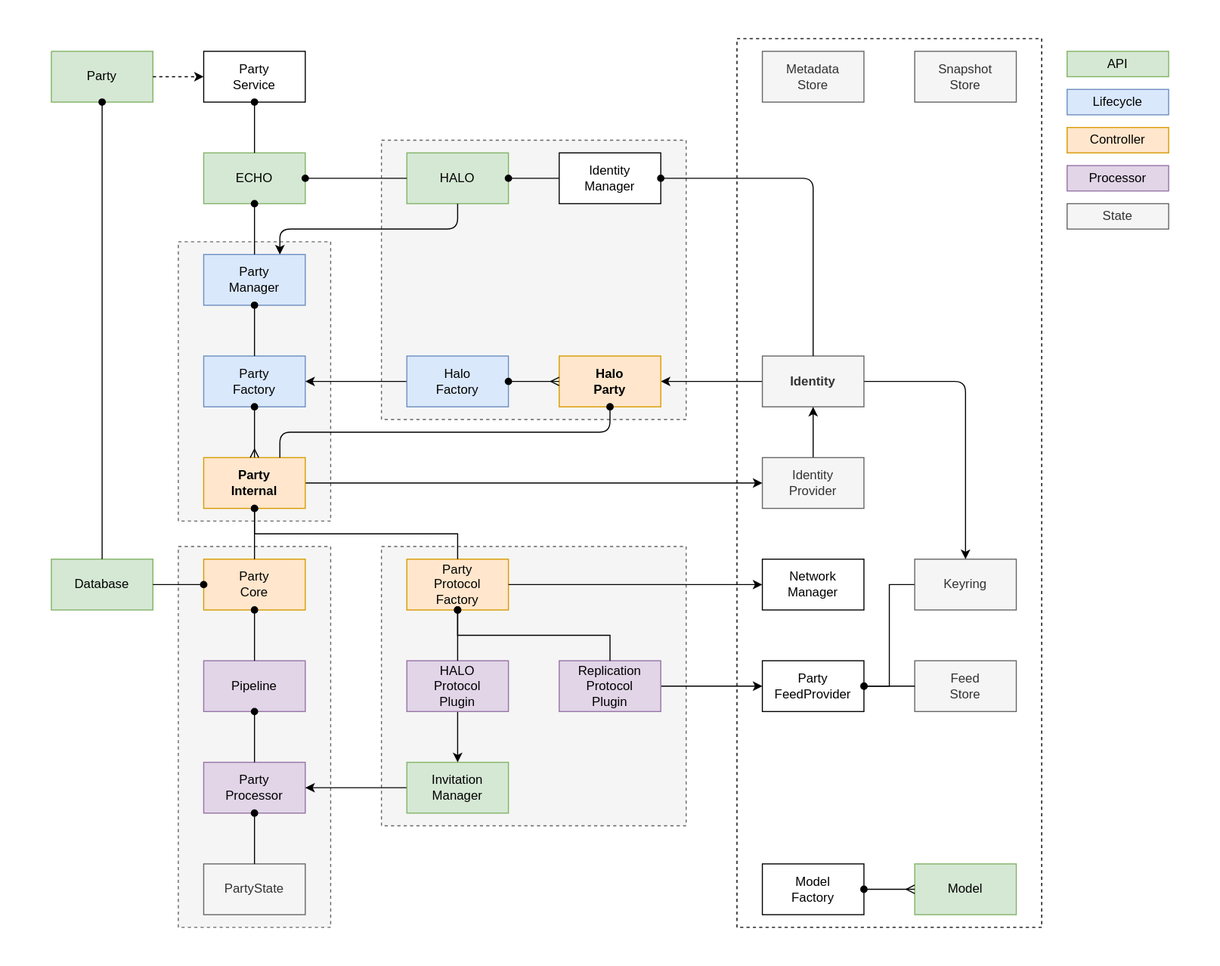
Earlier version of the draw.io export docs/design/diagrams/echo-db.drawio.svg (dxos/dxos). Source tidied: cells renumbered, new cells last; positions are measured from the earlier drawing's top-left corner, leaving out a move shared by most shapes.
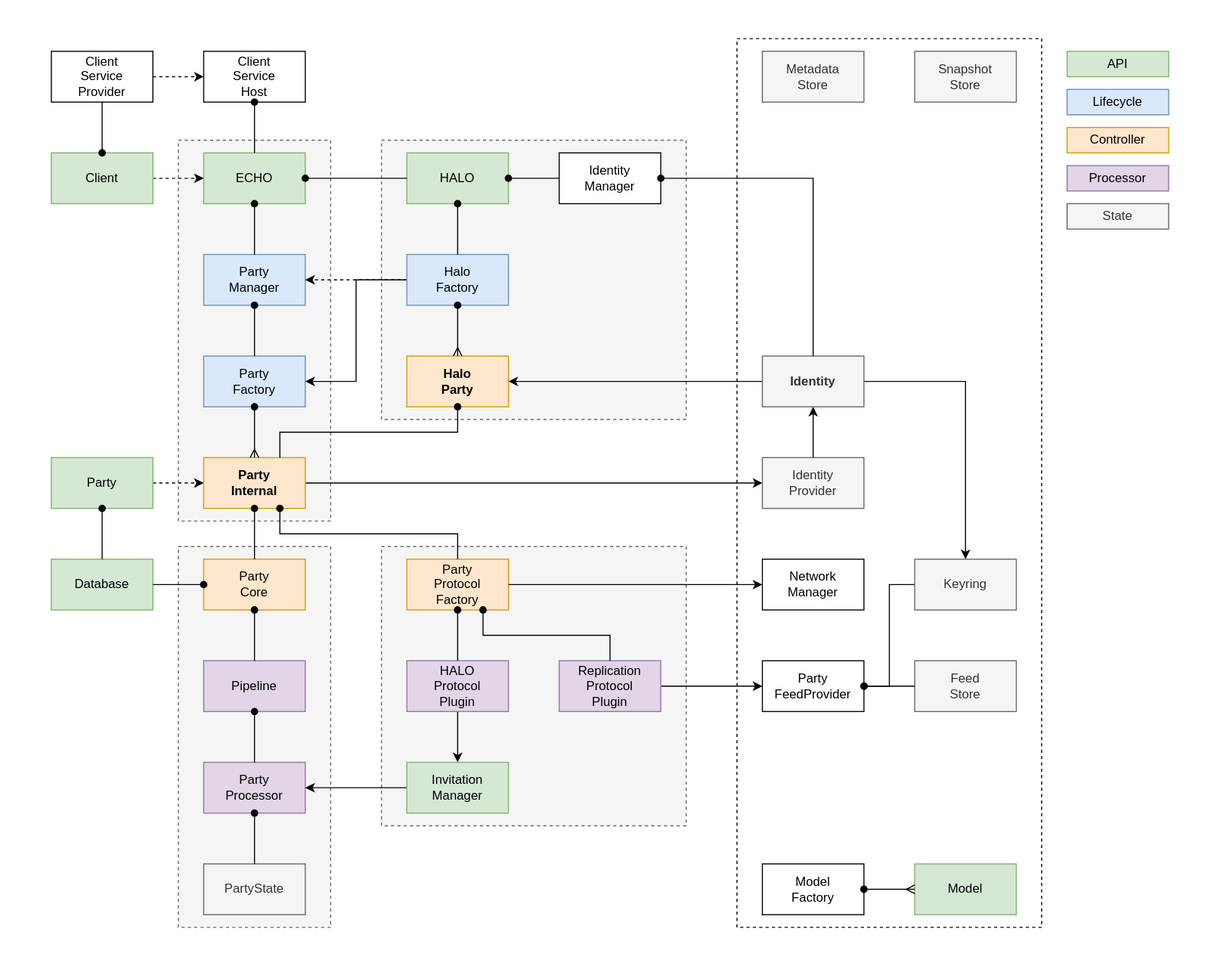
Above is the later version.

Change to the diagram source:
```diff
@@ -2,17 +2,17 @@
   <root>
     <mxCell id="0" />
     <mxCell id="1" parent="0" />
+    <mxCell id="3" style="rounded=0;whiteSpace=wrap;html=1;dashed=1;fillColor=none;" parent="1" vertex="1">
+      <mxGeometry x="696" y="36" width="288" height="840" as="geometry" />
+    </mxCell>
     <mxCell id="2" style="rounded=0;whiteSpace=wrap;html=1;dashed=1;fillColor=#f5f5f5;fontColor=#333333;strokeColor=#666666;" parent="1" vertex="1">
       <mxGeometry x="360" y="516" width="288" height="264" as="geometry" />
     </mxCell>
-    <mxCell id="3" style="rounded=0;whiteSpace=wrap;html=1;dashed=1;fillColor=none;" parent="1" vertex="1">
-      <mxGeometry x="696" y="36" width="288" height="840" as="geometry" />
-    </mxCell>
-    <mxCell id="4" style="rounded=0;whiteSpace=wrap;html=1;dashed=1;fillColor=#f5f5f5;fontColor=#333333;strokeColor=#666666;" parent="1" vertex="1">
+    <mxCell id="4" style="rounded=0;whiteSpace=wrap;html=1;dashed=1;fillColor=#f5f5f5;fontColor=#333333;strokeColor=#666666;perimeterSpacing=0;" parent="1" vertex="1">
       <mxGeometry x="360" y="132" width="288" height="264" as="geometry" />
     </mxCell>
     <mxCell id="5" style="rounded=0;whiteSpace=wrap;html=1;dashed=1;fillColor=#f5f5f5;fontColor=#333333;strokeColor=#666666;" parent="1" vertex="1">
-      <mxGeometry x="168" y="228" width="144" height="264" as="geometry" />
+      <mxGeometry x="168" y="132" width="144" height="360" as="geometry" />
     </mxCell>
     <mxCell id="6" style="rounded=0;whiteSpace=wrap;html=1;dashed=1;fillColor=#f5f5f5;fontColor=#333333;strokeColor=#666666;" parent="1" vertex="1">
       <mxGeometry x="168" y="516" width="144" height="360" as="geometry" />
@@ -38,8 +38,11 @@
     <mxCell id="13" value="Pipeline" style="rounded=0;whiteSpace=wrap;html=1;fillColor=#e1d5e7;strokeColor=#9673a6;" parent="1" vertex="1">
       <mxGeometry x="192" y="624" width="96" height="48" as="geometry" />
     </mxCell>
+    <mxCell id="75" style="edgeStyle=none;html=1;exitX=1;exitY=0.5;exitDx=0;exitDy=0;entryX=0;entryY=0.5;entryDx=0;entryDy=0;dashed=1;startArrow=none;startFill=0;endArrow=classic;endFill=1;" parent="1" edge="1" source="14" target="17">
+      <mxGeometry relative="1" as="geometry" />
+    </mxCell>
     <mxCell id="14" value="Party" style="rounded=0;whiteSpace=wrap;html=1;fillColor=#d5e8d4;strokeColor=#82b366;" parent="1" vertex="1">
-      <mxGeometry x="48" y="48" width="96" height="48" as="geometry" />
+      <mxGeometry x="48" y="432" width="96" height="48" as="geometry" />
     </mxCell>
     <mxCell id="15" value="Party&lt;br&gt;Factory&lt;br&gt;" style="rounded=0;whiteSpace=wrap;html=1;fillColor=#dae8fc;strokeColor=#6c8ebf;" parent="1" vertex="1">
       <mxGeometry x="192" y="336" width="96" height="48" as="geometry" />
@@ -157,29 +160,25 @@
     <mxCell id="51" style="edgeStyle=orthogonalEdgeStyle;rounded=0;jettySize=auto;html=1;exitX=0.5;exitY=1;exitDx=0;exitDy=0;startArrow=oval;startFill=1;endArrow=none;endFill=0;" parent="1" edge="1" source="22" target="49">
       <mxGeometry relative="1" as="geometry" />
     </mxCell>
-    <mxCell id="52" value="Party&lt;br&gt;Service" style="rounded=0;whiteSpace=wrap;html=1;" parent="1" vertex="1">
+    <mxCell id="52" value="Client&lt;br&gt;Service&lt;br&gt;Host" style="rounded=0;whiteSpace=wrap;html=1;" parent="1" vertex="1">
       <mxGeometry x="192" y="48" width="96" height="48" as="geometry" />
     </mxCell>
     <mxCell id="53" style="edgeStyle=orthogonalEdgeStyle;rounded=0;jettySize=auto;html=1;exitX=0.5;exitY=1;exitDx=0;exitDy=0;startArrow=oval;startFill=1;endArrow=none;endFill=0;" parent="1" edge="1" source="52" target="41">
       <mxGeometry relative="1" as="geometry" />
     </mxCell>
-    <mxCell id="54" style="edgeStyle=orthogonalEdgeStyle;rounded=0;jettySize=auto;html=1;exitX=1;exitY=0.5;exitDx=0;exitDy=0;entryX=0;entryY=0.5;entryDx=0;entryDy=0;startArrow=none;startFill=0;endArrow=classic;endFill=1;dashed=1;" parent="1" edge="1" source="14" target="52">
-      <mxGeometry relative="1" as="geometry" />
-    </mxCell>
     <mxCell id="55" value="HALO" style="rounded=0;whiteSpace=wrap;html=1;fillColor=#d5e8d4;strokeColor=#82b366;" parent="1" vertex="1">
       <mxGeometry x="384" y="144" width="96" height="48" as="geometry" />
     </mxCell>
     <mxCell id="56" style="edgeStyle=orthogonalEdgeStyle;rounded=0;jettySize=auto;html=1;exitX=1;exitY=0.5;exitDx=0;exitDy=0;startArrow=oval;startFill=1;endArrow=none;endFill=0;" parent="1" edge="1" source="41" target="55">
       <mxGeometry relative="1" as="geometry" />
     </mxCell>
-    <mxCell id="57" style="edgeStyle=orthogonalEdgeStyle;rounded=0;jettySize=auto;html=1;exitX=0.5;exitY=1;exitDx=0;exitDy=0;entryX=0.5;entryY=0;entryDx=0;entryDy=0;startArrow=oval;startFill=1;endArrow=none;endFill=0;" parent="1" edge="1" source="17" target="22">
+    <mxCell id="57" style="edgeStyle=orthogonalEdgeStyle;rounded=0;jettySize=auto;html=1;exitX=0.75;exitY=1;exitDx=0;exitDy=0;entryX=0.5;entryY=0;entryDx=0;entryDy=0;startArrow=oval;startFill=1;endArrow=none;endFill=0;" parent="1" edge="1" source="17" target="22">
       <mxGeometry relative="1" as="geometry" />
     </mxCell>
-    <mxCell id="58" style="edgeStyle=orthogonalEdgeStyle;rounded=0;jettySize=auto;html=1;startArrow=oval;startFill=1;endArrow=none;endFill=0;" parent="1" edge="1" target="50">
+    <mxCell id="58" style="edgeStyle=orthogonalEdgeStyle;rounded=0;jettySize=auto;html=1;startArrow=oval;startFill=1;endArrow=none;endFill=0;exitX=0.75;exitY=1;exitDx=0;exitDy=0;" parent="1" edge="1" source="22" target="50">
       <mxGeometry relative="1" as="geometry">
-        <mxPoint x="432" y="576" as="sourcePoint" />
         <Array as="points">
-          <mxPoint x="432" y="600" />
+          <mxPoint x="456" y="600" />
           <mxPoint x="576" y="600" />
         </Array>
       </mxGeometry>
@@ -196,7 +195,7 @@
     <mxCell id="62" style="edgeStyle=none;html=1;exitX=0;exitY=0.5;exitDx=0;exitDy=0;entryX=1;entryY=0.5;entryDx=0;entryDy=0;startArrow=none;startFill=0;endArrow=classic;endFill=1;" parent="1" edge="1" source="64" target="66">
       <mxGeometry relative="1" as="geometry" />
     </mxCell>
-    <mxCell id="63" style="edgeStyle=none;html=1;exitX=1;exitY=0.5;exitDx=0;exitDy=0;entryX=0.5;entryY=0;entryDx=0;entryDy=0;startArrow=none;startFill=0;endArrow=classic;endFill=1;" parent="1" edge="1" source="64" target="25">
+    <mxCell id="63" style="edgeStyle=none;html=1;exitX=1;exitY=0.5;exitDx=0;exitDy=0;entryX=0.5;entryY=0;entryDx=0;entryDy=0;startArrow=none;startFill=0;endArrow=classic;endFill=1;rounded=0;" parent="1" edge="1" source="64" target="25">
       <mxGeometry relative="1" as="geometry">
         <Array as="points">
           <mxPoint x="912" y="360" />
@@ -206,7 +205,7 @@
     <mxCell id="64" value="Identity" style="rounded=0;whiteSpace=wrap;html=1;fillColor=#f5f5f5;fontColor=#333333;strokeColor=#666666;fontStyle=1;" parent="1" vertex="1">
       <mxGeometry x="720" y="336" width="96" height="48" as="geometry" />
     </mxCell>
-    <mxCell id="65" style="edgeStyle=none;html=1;exitX=1;exitY=0.5;exitDx=0;exitDy=0;startArrow=oval;startFill=1;endArrow=none;endFill=0;" parent="1" edge="1" source="61" target="64">
+    <mxCell id="65" style="edgeStyle=none;html=1;exitX=1;exitY=0.5;exitDx=0;exitDy=0;startArrow=oval;startFill=1;endArrow=none;endFill=0;rounded=0;" parent="1" edge="1" source="61" target="64">
       <mxGeometry relative="1" as="geometry">
         <Array as="points">
           <mxPoint x="768" y="168" />
@@ -214,34 +213,34 @@
       </mxGeometry>
     </mxCell>
     <mxCell id="66" value="Halo&lt;br&gt;Party" style="rounded=0;whiteSpace=wrap;html=1;fontStyle=1;fillColor=#ffe6cc;strokeColor=#d79b00;" parent="1" vertex="1">
-      <mxGeometry x="528" y="336" width="96" height="48" as="geometry" />
+      <mxGeometry x="384" y="336" width="96" height="48" as="geometry" />
     </mxCell>
     <mxCell id="67" style="edgeStyle=none;html=1;exitX=1;exitY=0.5;exitDx=0;exitDy=0;entryX=0;entryY=0.5;entryDx=0;entryDy=0;startArrow=oval;startFill=1;endArrow=none;endFill=0;" parent="1" edge="1" source="55" target="61">
       <mxGeometry relative="1" as="geometry" />
     </mxCell>
-    <mxCell id="68" style="edgeStyle=none;html=1;exitX=0.5;exitY=1;exitDx=0;exitDy=0;entryX=0.75;entryY=0;entryDx=0;entryDy=0;startArrow=none;startFill=0;endArrow=classic;endFill=1;" parent="1" edge="1" source="55" target="40">
-      <mxGeometry relative="1" as="geometry">
-        <Array as="points">
-          <mxPoint x="432" y="216" />
-          <mxPoint x="264" y="216" />
-        </Array>
-      </mxGeometry>
-    </mxCell>
-    <mxCell id="69" style="edgeStyle=none;html=1;exitX=0.5;exitY=1;exitDx=0;exitDy=0;entryX=0.75;entryY=0;entryDx=0;entryDy=0;startArrow=oval;startFill=1;endArrow=none;endFill=0;" parent="1" edge="1" source="66" target="17">
+    <mxCell id="69" style="edgeStyle=none;html=1;exitX=0.5;exitY=1;exitDx=0;exitDy=0;entryX=0.75;entryY=0;entryDx=0;entryDy=0;startArrow=oval;startFill=1;endArrow=none;endFill=0;rounded=0;" parent="1" edge="1" source="66" target="17">
       <mxGeometry relative="1" as="geometry">
         <Array as="points">
-          <mxPoint x="576" y="408" />
+          <mxPoint x="432" y="408" />
           <mxPoint x="264" y="408" />
         </Array>
       </mxGeometry>
     </mxCell>
-    <mxCell id="70" style="edgeStyle=none;html=1;exitX=0;exitY=0.5;exitDx=0;exitDy=0;entryX=1;entryY=0.5;entryDx=0;entryDy=0;startArrow=none;startFill=0;endArrow=classic;endFill=1;" parent="1" edge="1" source="71" target="15">
-      <mxGeometry relative="1" as="geometry" />
+    <mxCell id="70" style="edgeStyle=none;html=1;exitX=0;exitY=0.5;exitDx=0;exitDy=0;entryX=1;entryY=0.5;entryDx=0;entryDy=0;startArrow=none;startFill=0;endArrow=classic;endFill=1;rounded=0;" parent="1" edge="1" source="71" target="15">
+      <mxGeometry relative="1" as="geometry">
+        <Array as="points">
+          <mxPoint x="336" y="264" />
+          <mxPoint x="336" y="360" />
+        </Array>
+      </mxGeometry>
     </mxCell>
+    <mxCell id="76" style="edgeStyle=none;rounded=0;html=1;exitX=0;exitY=0.5;exitDx=0;exitDy=0;entryX=1;entryY=0.5;entryDx=0;entryDy=0;startArrow=none;startFill=0;endArrow=classic;endFill=1;dashed=1;" parent="1" edge="1" source="71" target="40">
+      <mxGeometry relative="1" as="geometry" />
+    </mxCell>
     <mxCell id="71" value="Halo&lt;br&gt;Factory" style="rounded=0;whiteSpace=wrap;html=1;fillColor=#dae8fc;strokeColor=#6c8ebf;" parent="1" vertex="1">
-      <mxGeometry x="384" y="336" width="96" height="48" as="geometry" />
+      <mxGeometry x="384" y="240" width="96" height="48" as="geometry" />
     </mxCell>
-    <mxCell id="72" style="edgeStyle=none;html=1;exitX=1;exitY=0.5;exitDx=0;exitDy=0;entryX=0;entryY=0.5;entryDx=0;entryDy=0;startArrow=oval;startFill=1;endArrow=ERmany;endFill=0;" parent="1" edge="1" source="71" target="66">
+    <mxCell id="72" style="edgeStyle=none;html=1;exitX=0.5;exitY=1;exitDx=0;exitDy=0;entryX=0.5;entryY=0;entryDx=0;entryDy=0;startArrow=oval;startFill=1;endArrow=ERmany;endFill=0;" parent="1" edge="1" source="71" target="66">
       <mxGeometry relative="1" as="geometry" />
     </mxCell>
     <mxCell id="73" style="edgeStyle=none;html=1;exitX=0.5;exitY=0;exitDx=0;exitDy=0;entryX=0.5;entryY=1;entryDx=0;entryDy=0;startArrow=none;startFill=0;endArrow=classic;endFill=1;" parent="1" edge="1" source="74" target="64">
@@ -250,5 +249,28 @@
     <mxCell id="74" value="Identity&lt;br&gt;Provider" style="rounded=0;whiteSpace=wrap;html=1;fillColor=#f5f5f5;fontColor=#333333;strokeColor=#666666;" parent="1" vertex="1">
       <mxGeometry x="720" y="432" width="96" height="48" as="geometry" />
     </mxCell>
+    <mxCell id="77" style="edgeStyle=none;rounded=0;html=1;exitX=0.5;exitY=1;exitDx=0;exitDy=0;startArrow=oval;startFill=1;endArrow=none;endFill=0;" parent="1" edge="1" source="55" target="71">
+      <mxGeometry relative="1" as="geometry" />
+    </mxCell>
+    <mxCell id="78" style="edgeStyle=none;html=1;exitX=1;exitY=0.5;exitDx=0;exitDy=0;entryX=0;entryY=0.5;entryDx=0;entryDy=0;startArrow=none;startFill=0;endArrow=classic;endFill=1;dashed=1;" parent="1" edge="1" source="79" target="52">
+      <mxGeometry relative="1" as="geometry" />
+    </mxCell>
+    <mxCell id="79" value="Client&lt;br&gt;Service&lt;br&gt;Provider" style="rounded=0;whiteSpace=wrap;html=1;" parent="1" vertex="1">
+      <mxGeometry x="48" y="48" width="96" height="48" as="geometry" />
+    </mxCell>
+    <mxCell id="80" style="edgeStyle=none;html=1;exitX=0.5;exitY=0;exitDx=0;exitDy=0;startArrow=none;startFill=1;endArrow=none;endFill=0;" parent="1" edge="1" source="82">
+      <mxGeometry relative="1" as="geometry">
+        <mxPoint x="96" y="168" as="targetPoint" />
+      </mxGeometry>
+    </mxCell>
+    <mxCell id="81" style="edgeStyle=none;html=1;exitX=1;exitY=0.5;exitDx=0;exitDy=0;startArrow=none;startFill=0;endArrow=classic;endFill=1;dashed=1;" parent="1" edge="1" source="82" target="41">
+      <mxGeometry relative="1" as="geometry" />
+    </mxCell>
+    <mxCell id="82" value="Client" style="rounded=0;whiteSpace=wrap;html=1;fillColor=#d5e8d4;strokeColor=#82b366;" parent="1" vertex="1">
+      <mxGeometry x="48" y="144" width="96" height="48" as="geometry" />
+    </mxCell>
+    <mxCell id="83" style="edgeStyle=none;html=1;exitX=0.5;exitY=0;exitDx=0;exitDy=0;startArrow=oval;startFill=1;endArrow=none;endFill=0;" parent="1" edge="1" source="82" target="79">
+      <mxGeometry relative="1" as="geometry" />
+    </mxCell>
   </root>
 </mxGraphModel>
```
